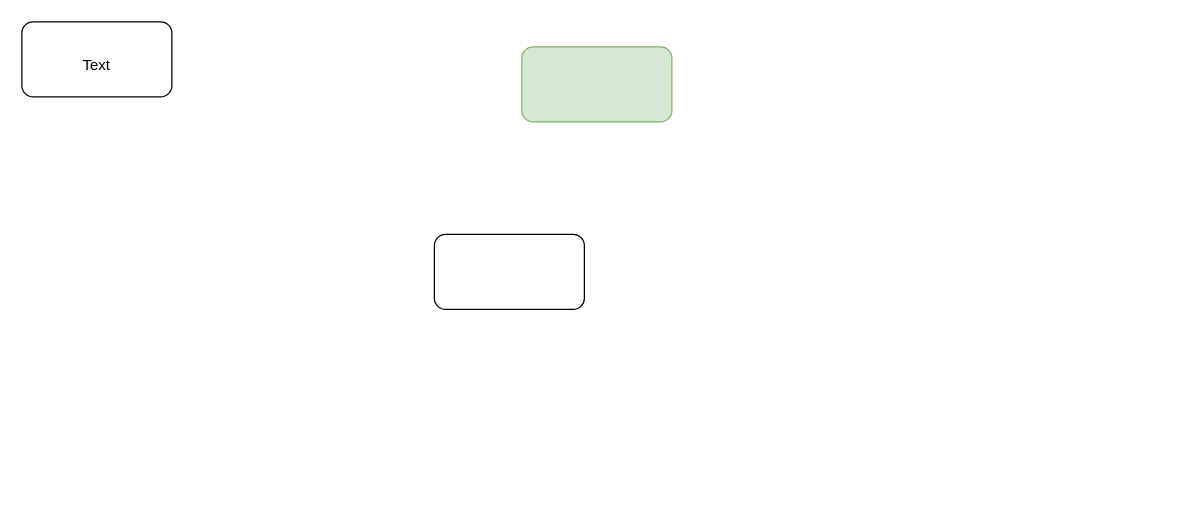
The draw.io diagram Untitled Diagram.drawio in anjali52deb/draw-io, before the edit. Source tidied: cells renumbered, new cells numbered last; positions are measured from the earlier drawing's top-left corner, leaving out a move shared by most shapes. Both pictures are drawn from the tidied source at 125%, with x=0, y=0 at pixel (21, 21).
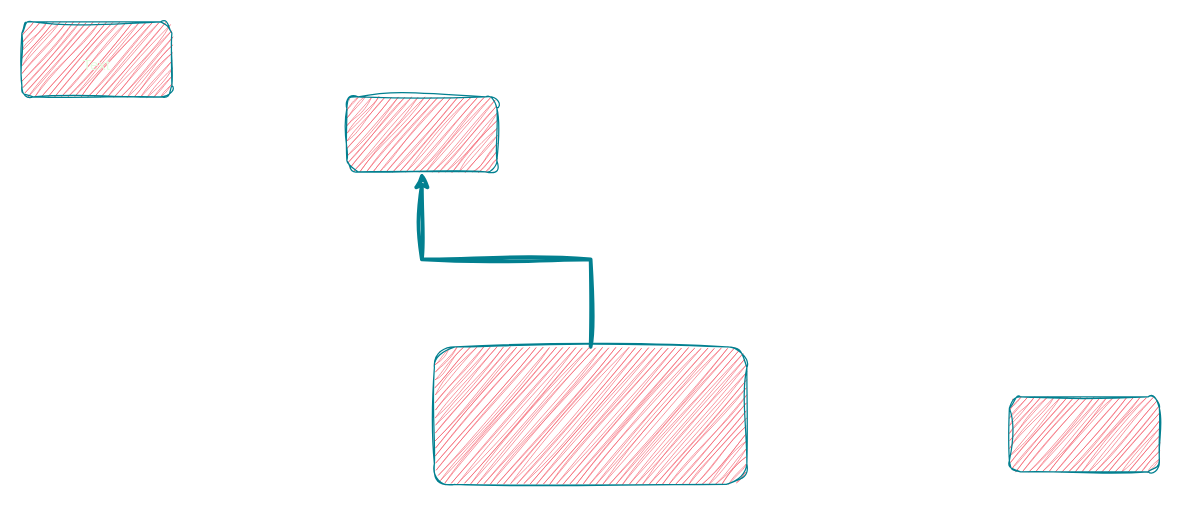
After the change.

The edit, as a diff of the source:
```diff
@@
 <mxGraphModel>
   <root>
     <mxCell id="0" />
     <mxCell id="1" parent="0" />
-    <mxCell id="2" style="rounded=1;whiteSpace=wrap;html=1;" parent="1" vertex="1">
-      <mxGeometry x="330" y="170" width="120" height="60" as="geometry" />
+    <mxCell id="2" style="rounded=1;whiteSpace=wrap;html=1;labelBackgroundColor=none;fillColor=#F45B69;strokeColor=#028090;fontColor=#E4FDE1;sketch=1;curveFitting=1;jiggle=2;" parent="1" vertex="1">
+      <mxGeometry x="260" y="60" width="120" height="60" as="geometry" />
     </mxCell>
-    <mxCell id="3" style="rounded=1;whiteSpace=wrap;html=1;" parent="1" vertex="1">
+    <mxCell id="3" style="rounded=1;whiteSpace=wrap;html=1;labelBackgroundColor=none;fillColor=#F45B69;strokeColor=#028090;fontColor=#E4FDE1;sketch=1;curveFitting=1;jiggle=2;" parent="1" vertex="1">
       <mxGeometry width="120" height="60" as="geometry" />
     </mxCell>
-    <mxCell id="4" style="rounded=1;whiteSpace=wrap;html=1;labelBackgroundColor=#CCFFFF;fillColor=#d5e8d4;strokeColor=#82b366;" parent="1" vertex="1">
-      <mxGeometry x="400" y="20" width="120" height="60" as="geometry" />
-    </mxCell>
+    <mxCell id="6" style="edgeStyle=orthogonalEdgeStyle;rounded=0;jettySize=auto;html=1;exitX=0.5;exitY=0;exitDx=0;exitDy=0;entryX=0.5;entryY=1;entryDx=0;entryDy=0;strokeColor=#028090;fontColor=default;fillColor=#F45B69;strokeWidth=3;sketch=1;curveFitting=1;jiggle=2;labelBackgroundColor=none;" parent="1" edge="1" source="7" target="2">
+      <mxGeometry relative="1" as="geometry" />
+    </mxCell>
-    <mxCell id="5" value="Text" style="text;strokeColor=none;align=center;fillColor=none;html=1;verticalAlign=middle;whiteSpace=wrap;rounded=0;" parent="1" vertex="1">
+    <mxCell id="5" value="Text" style="text;strokeColor=none;align=center;fillColor=none;html=1;verticalAlign=middle;whiteSpace=wrap;rounded=0;labelBackgroundColor=none;fontColor=#E4FDE1;sketch=1;curveFitting=1;jiggle=2;" parent="1" vertex="1">
       <mxGeometry x="30" y="20" width="60" height="30" as="geometry" />
     </mxCell>
+    <mxCell id="7" style="rounded=1;whiteSpace=wrap;html=1;labelBackgroundColor=none;fillColor=#F45B69;strokeColor=#028090;fontColor=#E4FDE1;sketch=1;curveFitting=1;jiggle=2;" parent="1" vertex="1">
+      <mxGeometry x="330" y="260" width="250" height="110" as="geometry" />
+    </mxCell>
+    <mxCell id="8" style="rounded=1;whiteSpace=wrap;html=1;labelBackgroundColor=none;fillColor=#F45B69;strokeColor=#028090;fontColor=#E4FDE1;sketch=1;curveFitting=1;jiggle=2;" parent="1" vertex="1">
+      <mxGeometry x="790" y="300" width="120" height="60" as="geometry" />
+    </mxCell>
   </root>
 </mxGraphModel>
```
